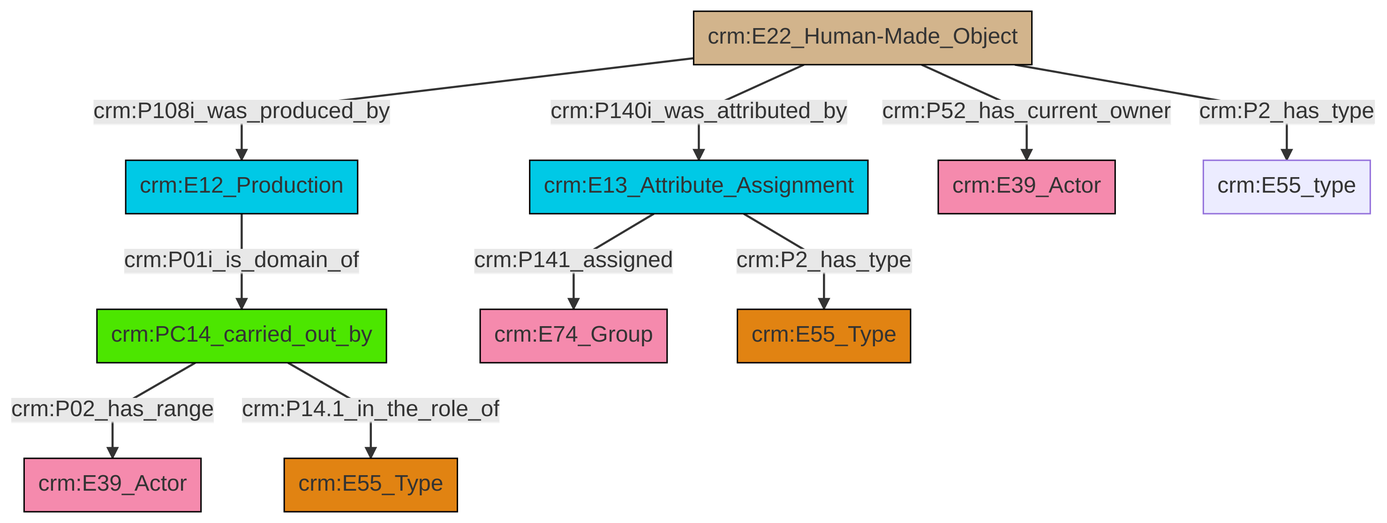
The Mermaid diagram et/builtWorkCSV/ttl/mmd/png/Built_Work_actor_relations.png in swiss-art-research-net/reference-data-models, before a commit. Its source is kept beside it as et/builtWorkCSV/ttl/mmd/Built_Work_actor_relations.ttl.mmd.
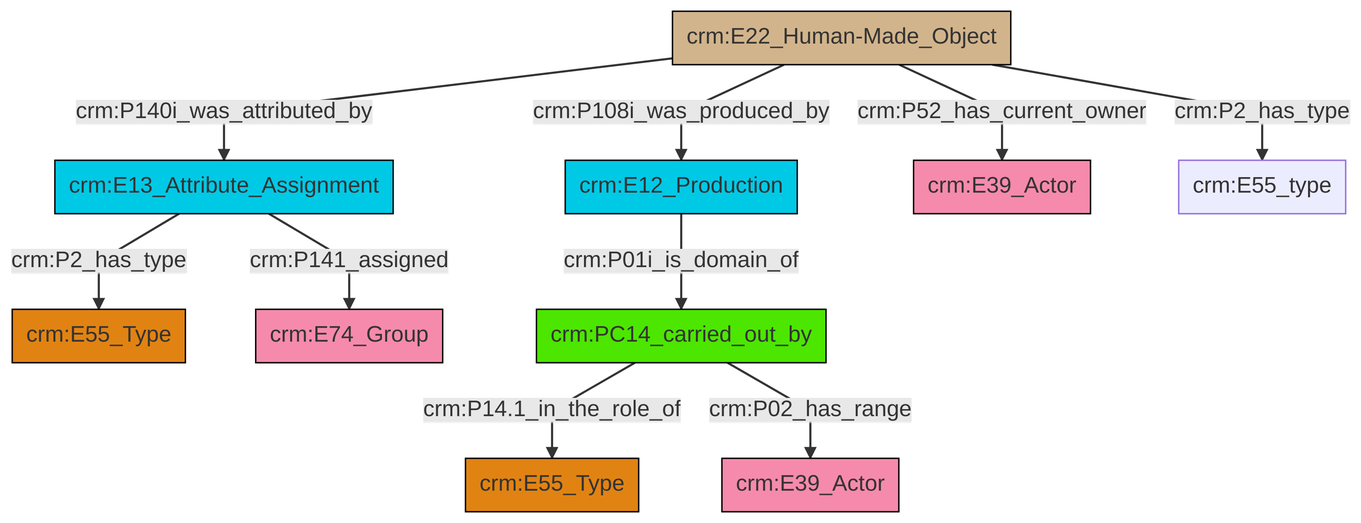
Above is the later version.

Diff of the diagram source:
```diff
@@ -13,12 +13,12 @@
 classDef PC_Classes fill:#4ce600, stroke:#000000;
 classDef Multi fill:#cccccc,stroke:#000000;
 
-0["crm:E12_Production"]:::Temporal_Entity -->|crm:P01i_is_domain_of| 1["crm:PC14_carried_out_by"]:::PC_Classes
-1["crm:PC14_carried_out_by"]:::PC_Classes -->|crm:P02_has_range| 2["crm:E39_Actor"]:::Actor
-3["crm:E22_Human-Made_Object"]:::Physical_Thing -->|crm:P108i_was_produced_by| 0["crm:E12_Production"]:::Temporal_Entity
-8["crm:E13_Attribute_Assignment"]:::Temporal_Entity -->|crm:P2_has_type| 9["crm:E55_Type"]:::Type
-3["crm:E22_Human-Made_Object"]:::Physical_Thing -->|crm:P52_has_current_owner| 10["crm:E39_Actor"]:::Actor
-8["crm:E13_Attribute_Assignment"]:::Temporal_Entity -->|crm:P141_assigned| 4["crm:E74_Group"]:::Actor
-1["crm:PC14_carried_out_by"]:::PC_Classes -->|crm:P14.1_in_the_role_of| 12["crm:E55_Type"]:::Type
-3["crm:E22_Human-Made_Object"]:::Physical_Thing -->|crm:P140i_was_attributed_by| 8["crm:E13_Attribute_Assignment"]:::Temporal_Entity
-3["crm:E22_Human-Made_Object"]:::Physical_Thing -->|crm:P2_has_type| 16["crm:E55_type"]:::Default
+2["crm:E13_Attribute_Assignment"]:::Temporal_Entity -->|crm:P2_has_type| 3["crm:E55_Type"]:::Type
+0["crm:E22_Human-Made_Object"]:::Physical_Thing -->|crm:P108i_was_produced_by| 4["crm:E12_Production"]:::Temporal_Entity
+2["crm:E13_Attribute_Assignment"]:::Temporal_Entity -->|crm:P141_assigned| 5["crm:E74_Group"]:::Actor
+0["crm:E22_Human-Made_Object"]:::Physical_Thing -->|crm:P52_has_current_owner| 6["crm:E39_Actor"]:::Actor
+9["crm:PC14_carried_out_by"]:::PC_Classes -->|crm:P14.1_in_the_role_of| 10["crm:E55_Type"]:::Type
+9["crm:PC14_carried_out_by"]:::PC_Classes -->|crm:P02_has_range| 7["crm:E39_Actor"]:::Actor
+0["crm:E22_Human-Made_Object"]:::Physical_Thing -->|crm:P2_has_type| 14["crm:E55_type"]:::Default
+4["crm:E12_Production"]:::Temporal_Entity -->|crm:P01i_is_domain_of| 9["crm:PC14_carried_out_by"]:::PC_Classes
+0["crm:E22_Human-Made_Object"]:::Physical_Thing -->|crm:P140i_was_attributed_by| 2["crm:E13_Attribute_Assignment"]:::Temporal_Entity
```
